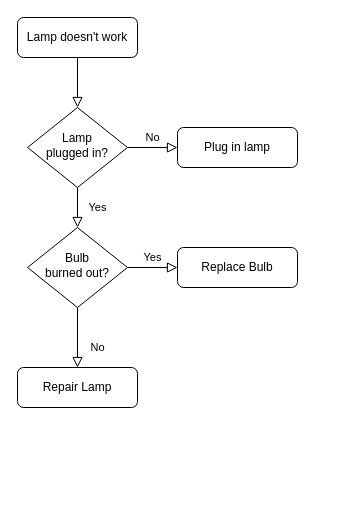
Before: 未命名绘图.drawio in Darr-en1/pdf, a draw.io diagram. Source tidied: cells renumbered, new cells numbered last; positions are measured from the earlier drawing's top-left corner, leaving out a move shared by most shapes. Both pictures are drawn from the tidied source at 100%, with x=0, y=0 at pixel (17, 17).
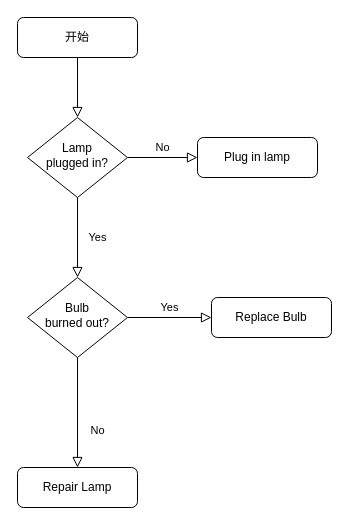
The same page after the edit.

The edit, as a diff of the source:
```diff
@@
 <mxGraphModel>
   <root>
     <mxCell id="0" />
     <mxCell id="1" parent="0" />
     <mxCell id="2" style="rounded=0;html=1;jettySize=auto;fontSize=11;endArrow=block;endFill=0;endSize=8;strokeWidth=1;shadow=0;labelBackgroundColor=none;edgeStyle=orthogonalEdgeStyle;" parent="1" edge="1" source="3" target="6">
       <mxGeometry relative="1" as="geometry" />
     </mxCell>
-    <mxCell id="3" value="Lamp doesn't work" style="rounded=1;whiteSpace=wrap;html=1;fontSize=12;glass=0;strokeWidth=1;shadow=0;" parent="1" vertex="1">
+    <mxCell id="3" value="开始" style="rounded=1;whiteSpace=wrap;html=1;fontSize=12;glass=0;strokeWidth=1;shadow=0;" parent="1" vertex="1">
       <mxGeometry width="120" height="40" as="geometry" />
     </mxCell>
     <mxCell id="4" value="Yes" style="rounded=0;html=1;jettySize=auto;fontSize=11;endArrow=block;endFill=0;endSize=8;strokeWidth=1;shadow=0;labelBackgroundColor=none;edgeStyle=orthogonalEdgeStyle;" parent="1" edge="1" source="6" target="10">
       <mxGeometry y="20" relative="1" as="geometry" />
     </mxCell>
     <mxCell id="5" value="No" style="edgeStyle=orthogonalEdgeStyle;rounded=0;html=1;jettySize=auto;fontSize=11;endArrow=block;endFill=0;endSize=8;strokeWidth=1;shadow=0;labelBackgroundColor=none;" parent="1" edge="1" source="6" target="7">
       <mxGeometry y="10" relative="1" as="geometry" />
     </mxCell>
     <mxCell id="6" value="Lamp&lt;br&gt;plugged in?" style="rhombus;whiteSpace=wrap;html=1;shadow=0;fontFamily=Helvetica;fontSize=12;align=center;strokeWidth=1;spacing=6;spacingTop=-4;" parent="1" vertex="1">
-      <mxGeometry x="10" y="90" width="100" height="80" as="geometry" />
+      <mxGeometry x="10" y="100" width="100" height="80" as="geometry" />
     </mxCell>
     <mxCell id="7" value="Plug in lamp" style="rounded=1;whiteSpace=wrap;html=1;fontSize=12;glass=0;strokeWidth=1;shadow=0;" parent="1" vertex="1">
-      <mxGeometry x="160" y="110" width="120" height="40" as="geometry" />
+      <mxGeometry x="180" y="120" width="120" height="40" as="geometry" />
     </mxCell>
     <mxCell id="8" value="No" style="rounded=0;html=1;jettySize=auto;fontSize=11;endArrow=block;endFill=0;endSize=8;strokeWidth=1;shadow=0;labelBackgroundColor=none;edgeStyle=orthogonalEdgeStyle;" parent="1" edge="1" source="10" target="11">
       <mxGeometry x="0.33" y="20" relative="1" as="geometry" />
     </mxCell>
     <mxCell id="9" value="Yes" style="edgeStyle=orthogonalEdgeStyle;rounded=0;html=1;jettySize=auto;fontSize=11;endArrow=block;endFill=0;endSize=8;strokeWidth=1;shadow=0;labelBackgroundColor=none;" parent="1" edge="1" source="10" target="12">
       <mxGeometry y="10" relative="1" as="geometry" />
     </mxCell>
     <mxCell id="10" value="Bulb&lt;br&gt;burned out?" style="rhombus;whiteSpace=wrap;html=1;shadow=0;fontFamily=Helvetica;fontSize=12;align=center;strokeWidth=1;spacing=6;spacingTop=-4;" parent="1" vertex="1">
-      <mxGeometry x="10" y="210" width="100" height="80" as="geometry" />
+      <mxGeometry x="10" y="260" width="100" height="80" as="geometry" />
     </mxCell>
     <mxCell id="11" value="Repair Lamp" style="rounded=1;whiteSpace=wrap;html=1;fontSize=12;glass=0;strokeWidth=1;shadow=0;" parent="1" vertex="1">
-      <mxGeometry y="350" width="120" height="40" as="geometry" />
+      <mxGeometry y="450" width="120" height="40" as="geometry" />
     </mxCell>
     <mxCell id="12" value="Replace Bulb" style="rounded=1;whiteSpace=wrap;html=1;fontSize=12;glass=0;strokeWidth=1;shadow=0;" parent="1" vertex="1">
-      <mxGeometry x="160" y="230" width="120" height="40" as="geometry" />
+      <mxGeometry x="194" y="280" width="120" height="40" as="geometry" />
     </mxCell>
   </root>
 </mxGraphModel>
```
